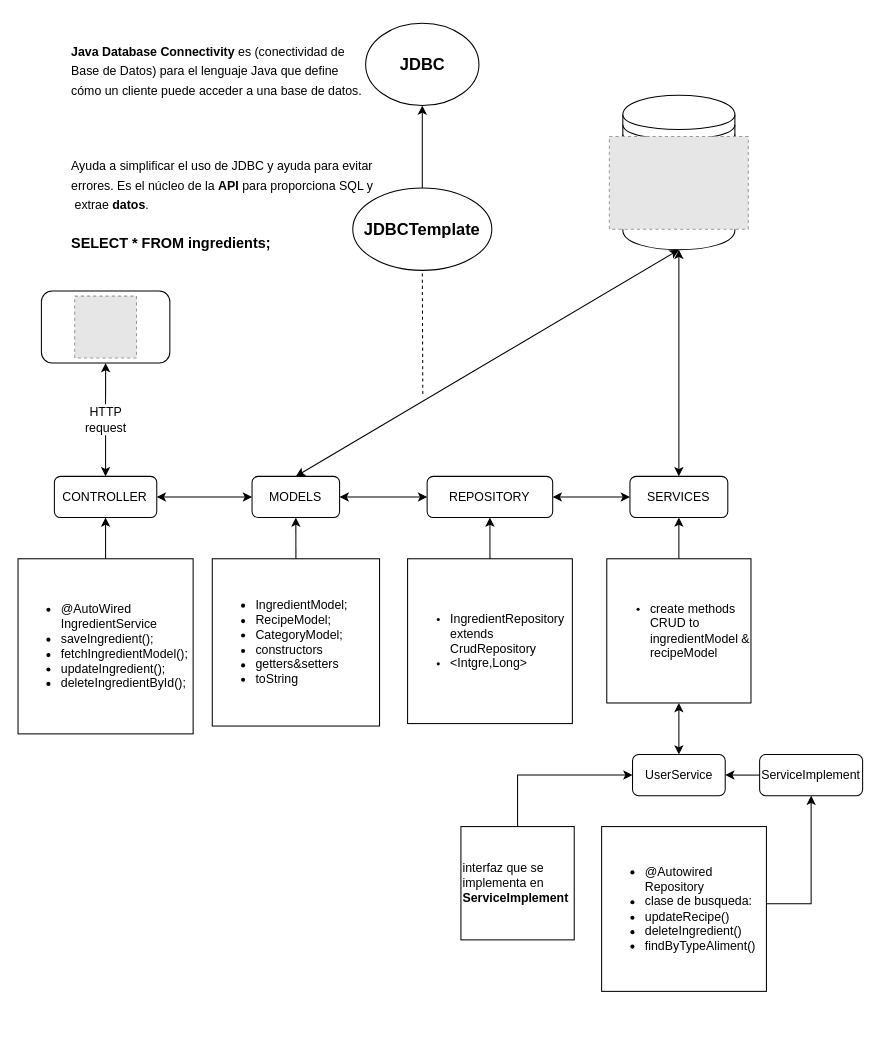
Before: Structure_API_Backend.drawio in Daruuu/ProjectFullstack, a draw.io diagram. Source tidied: cells renumbered, new cells numbered last; positions are measured from the earlier drawing's top-left corner, leaving out a move shared by most shapes. Both pictures are drawn from the tidied source at 103%, with x=0, y=0 at pixel (18, 23). Pictures stored in the file or linked from it are replaced by grey dashed boxes.
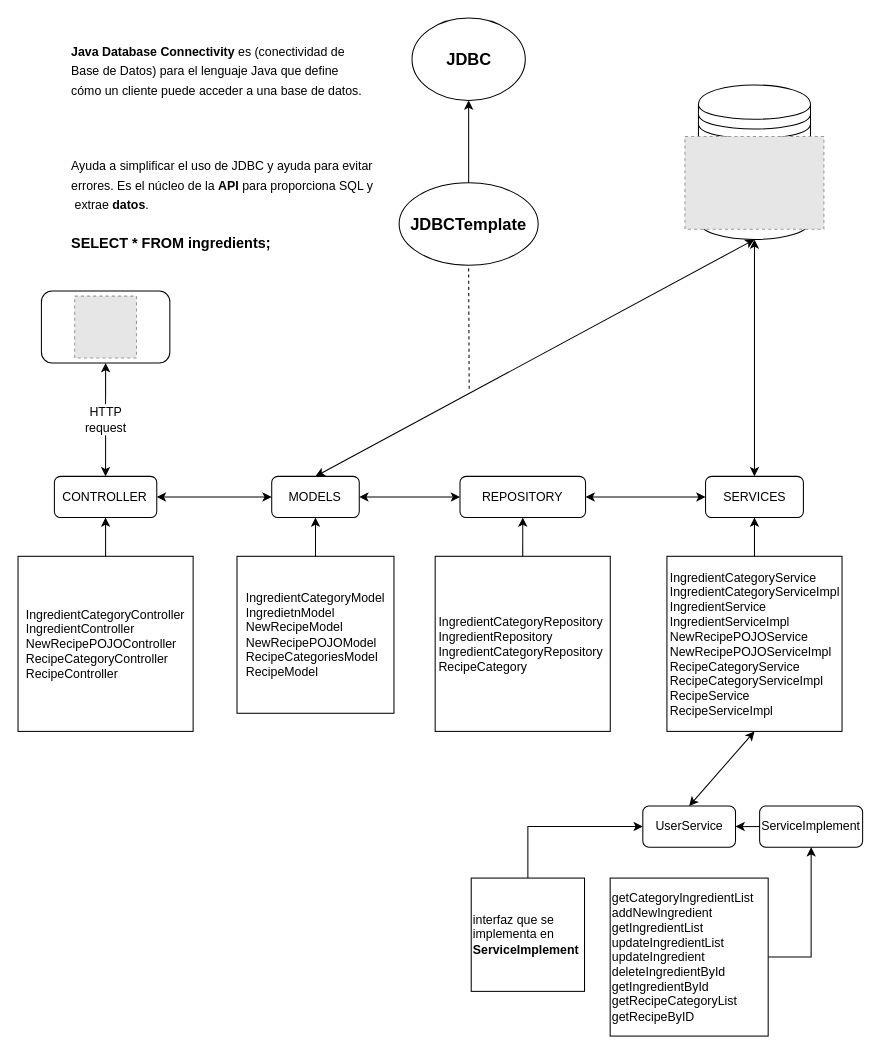
The same diagram, later.

Diff of the diagram source:
```diff
@@
     <mxCell id="2" style="shape=datastore;whiteSpace=wrap;html=1;" parent="1" vertex="1">
-      <mxGeometry x="587.2" y="70" width="108.8" height="150" as="geometry" />
+      <mxGeometry x="660.6" y="60" width="108.8" height="150" as="geometry" />
     </mxCell>
@@
     <mxCell id="4" value="MODELS" style="rounded=1;whiteSpace=wrap;html=1;" parent="1" vertex="1">
-      <mxGeometry x="227.2" y="440" width="85" height="40" as="geometry" />
+      <mxGeometry x="246.3" y="440" width="85" height="40" as="geometry" />
     </mxCell>
     <mxCell id="5" value="REPOSITORY" style="rounded=1;whiteSpace=wrap;html=1;" parent="1" vertex="1">
-      <mxGeometry x="397.2" y="440" width="121.9" height="40" as="geometry" />
+      <mxGeometry x="429.1" y="440" width="121.9" height="40" as="geometry" />
     </mxCell>
     <mxCell id="6" value="SERVICES" style="rounded=1;whiteSpace=wrap;html=1;" parent="1" vertex="1">
-      <mxGeometry x="594.1" y="440" width="95" height="40" as="geometry" />
+      <mxGeometry x="667.5" y="440" width="95" height="40" as="geometry" />
     </mxCell>
     <mxCell id="7" value="UserService" style="rounded=1;whiteSpace=wrap;html=1;" parent="1" vertex="1">
-      <mxGeometry x="596.6" y="710" width="90" height="40" as="geometry" />
+      <mxGeometry x="606.6" y="760" width="90" height="40" as="geometry" />
     </mxCell>
     <mxCell id="8" value="ServiceImplement" style="rounded=1;whiteSpace=wrap;html=1;" parent="1" vertex="1">
-      <mxGeometry x="720" y="710" width="100" height="40" as="geometry" />
+      <mxGeometry x="720" y="760" width="100" height="40" as="geometry" />
     </mxCell>
-    <mxCell id="9" value="&lt;ul&gt;&lt;li&gt;&lt;span style=&quot;background-color: initial; text-align: justify;&quot;&gt;@AutoWired IngredientService&lt;/span&gt;&lt;/li&gt;&lt;li&gt;&lt;span style=&quot;background-color: initial; text-align: justify;&quot;&gt;saveIngredient();&lt;/span&gt;&lt;/li&gt;&lt;li&gt;&lt;span style=&quot;background-color: initial; text-align: justify;&quot;&gt;fetchIngredientModel();&lt;/span&gt;&lt;/li&gt;&lt;li&gt;&lt;span style=&quot;background-color: initial; text-align: justify;&quot;&gt;updateIngredient();&lt;/span&gt;&lt;/li&gt;&lt;li&gt;&lt;span style=&quot;background-color: initial; text-align: justify;&quot;&gt;deleteIngredientById();&lt;/span&gt;&lt;/li&gt;&lt;/ul&gt;" style="whiteSpace=wrap;html=1;align=left;" parent="1" vertex="1">
-      <mxGeometry y="520" width="170" height="170" as="geometry" />
+    <mxCell id="9" value="&lt;div style=&quot;text-align: justify&quot;&gt;&lt;span&gt;IngredientCategoryController&lt;/span&gt;&lt;br&gt;&lt;span&gt;IngredientController&lt;/span&gt;&lt;br&gt;&lt;span&gt;NewRecipePOJOController&lt;/span&gt;&lt;br&gt;&lt;span&gt;RecipeCategoryController&lt;/span&gt;&lt;br&gt;&lt;span&gt;RecipeController&lt;/span&gt;&lt;br&gt;&lt;/div&gt;" style="whiteSpace=wrap;html=1;align=center;" parent="1" vertex="1">
+      <mxGeometry y="517.6" width="170" height="170" as="geometry" />
     </mxCell>
-    <mxCell id="10" value="&lt;ul style=&quot;font-size: 12px&quot;&gt;&lt;li&gt;&lt;span&gt;IngredientModel;&lt;/span&gt;&lt;/li&gt;&lt;li&gt;&lt;span&gt;RecipeModel;&lt;/span&gt;&lt;/li&gt;&lt;li&gt;&lt;span&gt;CategoryModel;&lt;/span&gt;&lt;/li&gt;&lt;li&gt;&lt;span&gt;constructors&amp;nbsp;&lt;/span&gt;&lt;/li&gt;&lt;li&gt;&lt;span&gt;getters&amp;amp;setters&lt;/span&gt;&lt;/li&gt;&lt;li&gt;&lt;span&gt;toString&lt;/span&gt;&lt;/li&gt;&lt;/ul&gt;" style="whiteSpace=wrap;html=1;fontSize=10;align=left;" parent="1" vertex="1">
-      <mxGeometry x="188.6" y="520" width="162.4" height="162.4" as="geometry" />
+    <mxCell id="10" value="&lt;div style=&quot;text-align: justify&quot;&gt;&lt;span style=&quot;font-size: 12px&quot;&gt;IngredientCategoryModel&lt;/span&gt;&lt;/div&gt;&lt;span style=&quot;font-size: 12px&quot;&gt;&lt;div style=&quot;text-align: justify&quot;&gt;&lt;span&gt;IngredietnModel&lt;/span&gt;&lt;/div&gt;&lt;/span&gt;&lt;span style=&quot;font-size: 12px&quot;&gt;&lt;div style=&quot;text-align: justify&quot;&gt;&lt;span&gt;NewRecipeModel&lt;/span&gt;&lt;/div&gt;&lt;/span&gt;&lt;span style=&quot;font-size: 12px&quot;&gt;&lt;div style=&quot;text-align: justify&quot;&gt;&lt;span&gt;NewRecipePOJOModel&lt;/span&gt;&lt;/div&gt;&lt;/span&gt;&lt;span style=&quot;font-size: 12px&quot;&gt;&lt;div style=&quot;text-align: justify&quot;&gt;&lt;span&gt;RecipeCategoriesModel&lt;/span&gt;&lt;/div&gt;&lt;/span&gt;&lt;span style=&quot;font-size: 12px&quot;&gt;&lt;div style=&quot;text-align: justify&quot;&gt;&lt;span&gt;RecipeModel&lt;/span&gt;&lt;/div&gt;&lt;/span&gt;" style="whiteSpace=wrap;html=1;fontSize=10;align=center;" parent="1" vertex="1">
+      <mxGeometry x="212.6" y="517.6" width="152.4" height="152.4" as="geometry" />
     </mxCell>
-    <mxCell id="11" value="&lt;ul&gt;&lt;li&gt;&lt;span&gt;&lt;font style=&quot;font-size: 12px&quot;&gt;IngredientRepository extends CrudRepository&lt;/font&gt;&lt;/span&gt;&lt;/li&gt;&lt;li&gt;&lt;span&gt;&lt;font style=&quot;font-size: 12px&quot;&gt;&amp;lt;Intgre,Long&amp;gt;&lt;/font&gt;&lt;/span&gt;&lt;/li&gt;&lt;/ul&gt;" style="whiteSpace=wrap;html=1;fontSize=10;align=left;" parent="1" vertex="1">
-      <mxGeometry x="378.2" y="520" width="160" height="160" as="geometry" />
+    <mxCell id="11" value="&lt;div style=&quot;text-align: justify&quot;&gt;&lt;span style=&quot;font-size: 12px&quot;&gt;IngredientCategoryRepository&amp;nbsp;&lt;/span&gt;&lt;/div&gt;&lt;span style=&quot;font-size: 12px&quot;&gt;&lt;div style=&quot;text-align: justify&quot;&gt;&lt;span&gt;IngredientRepository&lt;/span&gt;&lt;/div&gt;&lt;/span&gt;&lt;span style=&quot;font-size: 12px&quot;&gt;&lt;div style=&quot;text-align: justify&quot;&gt;&lt;span&gt;IngredientCategoryRepository&lt;/span&gt;&lt;/div&gt;&lt;/span&gt;&lt;span style=&quot;font-size: 12px&quot;&gt;&lt;div style=&quot;text-align: justify&quot;&gt;&lt;span&gt;RecipeCategory&lt;/span&gt;&lt;/div&gt;&lt;/span&gt;" style="whiteSpace=wrap;html=1;fontSize=10;align=center;" parent="1" vertex="1">
+      <mxGeometry x="405" y="517.6" width="170" height="170" as="geometry" />
     </mxCell>
-    <mxCell id="12" value="&lt;ul&gt;&lt;li&gt;&lt;span&gt;&lt;font style=&quot;font-size: 12px&quot;&gt;create methods CRUD to ingredientModel &amp;amp; recipeModel&lt;/font&gt;&lt;/span&gt;&lt;/li&gt;&lt;/ul&gt;" style="whiteSpace=wrap;html=1;fontSize=10;align=left;" parent="1" vertex="1">
-      <mxGeometry x="571.6" y="520" width="140" height="140" as="geometry" />
+    <mxCell id="12" value="&lt;div style=&quot;text-align: justify&quot;&gt;&lt;font style=&quot;font-size: 12px&quot;&gt;IngredientCategoryService&lt;br&gt;IngredientCategoryServiceImpl&lt;br&gt;IngredientService&lt;br&gt;IngredientServiceImpl&lt;br&gt;NewRecipePOJOService&lt;br&gt;NewRecipePOJOServiceImpl&lt;br&gt;RecipeCategoryService&lt;br&gt;RecipeCategoryServiceImpl&lt;br&gt;RecipeService&lt;br&gt;RecipeServiceImpl&lt;/font&gt;&lt;br&gt;&lt;/div&gt;" style="whiteSpace=wrap;html=1;fontSize=10;align=right;" parent="1" vertex="1">
+      <mxGeometry x="630" y="517.6" width="170" height="170" as="geometry" />
     </mxCell>
+    <mxCell id="25" style="edgeStyle=orthogonalEdgeStyle;rounded=0;jettySize=auto;html=1;exitX=1;exitY=0.5;exitDx=0;exitDy=0;entryX=0.5;entryY=1;entryDx=0;entryDy=0;fontSize=12;" parent="1" edge="1" source="13" target="8">
+      <mxGeometry relative="1" as="geometry" />
+    </mxCell>
-    <mxCell id="13" value="&lt;ul style=&quot;font-size: 12px;&quot;&gt;&lt;li&gt;&lt;span&gt;@Autowired Repository&lt;/span&gt;&lt;/li&gt;&lt;li&gt;&lt;span&gt;clase&lt;/span&gt;&lt;span&gt;&amp;nbsp;de busqueda:&lt;/span&gt;&lt;/li&gt;&lt;li&gt;&lt;span&gt;updateRecipe()&lt;/span&gt;&lt;/li&gt;&lt;li&gt;&lt;span&gt;deleteIngredient()&lt;/span&gt;&lt;/li&gt;&lt;li&gt;&lt;span&gt;findByTypeAliment()&lt;/span&gt;&lt;/li&gt;&lt;/ul&gt;" style="whiteSpace=wrap;html=1;fontSize=10;align=left;" parent="1" vertex="1">
-      <mxGeometry x="566.6" y="780" width="160" height="160" as="geometry" />
+    <mxCell id="13" value="&lt;div style=&quot;text-align: justify&quot;&gt;&lt;span style=&quot;font-size: 12px&quot;&gt;getCategoryIngredientList&lt;/span&gt;&lt;/div&gt;&lt;span style=&quot;font-size: 12px&quot;&gt;&lt;div style=&quot;text-align: justify&quot;&gt;&lt;span&gt;addNewIngredient&lt;/span&gt;&lt;/div&gt;&lt;/span&gt;&lt;span style=&quot;font-size: 12px&quot;&gt;&lt;div style=&quot;text-align: justify&quot;&gt;&lt;span&gt;getIngredientList&lt;/span&gt;&lt;/div&gt;&lt;/span&gt;&lt;span style=&quot;font-size: 12px&quot;&gt;&lt;div style=&quot;text-align: justify&quot;&gt;&lt;span&gt;updateIngredientList&lt;/span&gt;&lt;/div&gt;&lt;/span&gt;&lt;span style=&quot;font-size: 12px&quot;&gt;&lt;div style=&quot;text-align: justify&quot;&gt;&lt;span&gt;updateIngredient&lt;/span&gt;&lt;/div&gt;&lt;/span&gt;&lt;span style=&quot;font-size: 12px&quot;&gt;&lt;div style=&quot;text-align: justify&quot;&gt;&lt;span&gt;deleteIngredientById&lt;/span&gt;&lt;/div&gt;&lt;/span&gt;&lt;span style=&quot;font-size: 12px&quot;&gt;&lt;div style=&quot;text-align: justify&quot;&gt;&lt;span&gt;getIngredientById&lt;/span&gt;&lt;/div&gt;&lt;/span&gt;&lt;span style=&quot;font-size: 12px&quot;&gt;&lt;div style=&quot;text-align: justify&quot;&gt;&lt;span&gt;getRecipeCategoryList&lt;/span&gt;&lt;/div&gt;&lt;/span&gt;&lt;span style=&quot;font-size: 12px&quot;&gt;&lt;div style=&quot;text-align: justify&quot;&gt;&lt;span&gt;getRecipeByID&lt;/span&gt;&lt;/div&gt;&lt;/span&gt;" style="whiteSpace=wrap;html=1;fontSize=10;align=left;" parent="1" vertex="1">
+      <mxGeometry x="574.9" y="830" width="153.4" height="153.4" as="geometry" />
     </mxCell>
     <mxCell id="14" value="&lt;font style=&quot;font-size: 12px;&quot;&gt;interfaz que se implementa en &lt;b&gt;ServiceImplement&lt;/b&gt;&lt;/font&gt;" style="whiteSpace=wrap;html=1;fontSize=10;align=left;" parent="1" vertex="1">
-      <mxGeometry x="430" y="780" width="110" height="110" as="geometry" />
+      <mxGeometry x="440" y="830" width="110" height="110" as="geometry" />
     </mxCell>
     <mxCell id="15" style="fillColor=#E6E6E6;strokeColor=#999999;dashed=1;verticalLabelPosition=bottom;labelBackgroundColor=default;verticalAlign=top;" parent="1" vertex="1">
-      <mxGeometry x="574.1" y="110" width="134.9" height="90" as="geometry" />
+      <mxGeometry x="647.5" y="110" width="134.9" height="90" as="geometry" />
     </mxCell>
     <mxCell id="16" value="&lt;b style=&quot;font-size: 16px;&quot;&gt;JDBC&lt;/b&gt;" style="ellipse;whiteSpace=wrap;html=1;" parent="1" vertex="1">
-      <mxGeometry x="337.5" width="110" height="80" as="geometry" />
+      <mxGeometry x="382.5" y="-5" width="110" height="80" as="geometry" />
     </mxCell>
@@
     <mxCell id="18" value="&lt;b&gt;JDBCTemplate&lt;/b&gt;" style="ellipse;whiteSpace=wrap;html=1;fontSize=16;" parent="1" vertex="1">
-      <mxGeometry x="325" y="160" width="135" height="80" as="geometry" />
+      <mxGeometry x="370" y="155" width="135" height="80" as="geometry" />
     </mxCell>
@@
     <mxCell id="24" style="endArrow=classic;html=1;rounded=0;fontSize=14;entryX=0;entryY=0.5;entryDx=0;entryDy=0;exitX=0.5;exitY=0;exitDx=0;exitDy=0;" parent="1" edge="1" source="14" target="7">
       <mxGeometry relative="1" as="geometry">
         <Array as="points">
-          <mxPoint x="485" y="730" />
+          <mxPoint x="495" y="780" />
         </Array>
       </mxGeometry>
     </mxCell>
-    <mxCell id="25" style="endArrow=classic;html=1;rounded=0;fontSize=14;entryX=0.5;entryY=1;entryDx=0;entryDy=0;exitX=1;exitY=0.468;exitDx=0;exitDy=0;exitPerimeter=0;" parent="1" edge="1" source="13" target="8">
-      <mxGeometry relative="1" as="geometry">
-        <Array as="points">
-          <mxPoint x="770" y="855" />
-        </Array>
-      </mxGeometry>
-    </mxCell>
@@
     <mxCell id="33" style="endArrow=none;dashed=1;html=1;rounded=0;entryX=0.5;entryY=1;entryDx=0;entryDy=0;" parent="1" edge="1" target="18">
       <mxGeometry relative="1" as="geometry">
-        <mxPoint x="393" y="360" as="sourcePoint" />
+        <mxPoint x="438" y="355" as="sourcePoint" />
       </mxGeometry>
     </mxCell>
```
